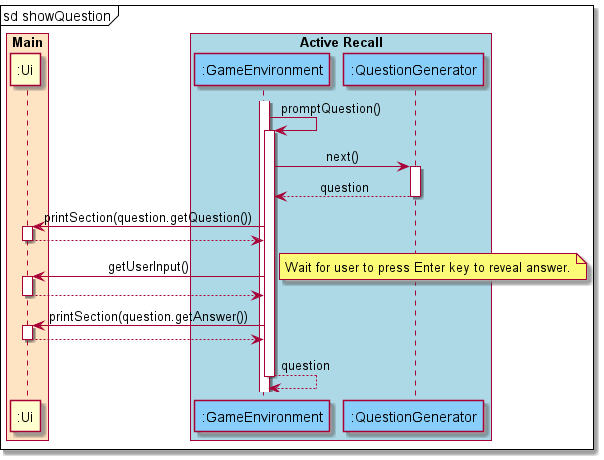
Above: docs/attachments/ActiveRecallShowQuestionSequence.png in nus-cs2113-AY2122S1/tp (PlantUML), before the change.
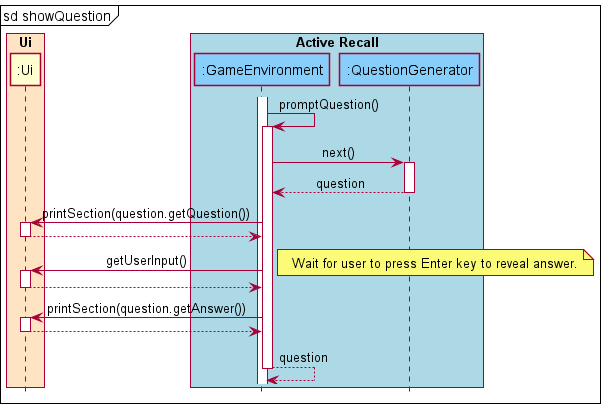
Later version of the same file.

The edit, as a diff of the source:
```diff
@@ -1,11 +1,11 @@
 @startuml
-skinparam sequenceMessageAlign center
+!include ../SequenceStyle.puml
 
 mainframe sd showQuestion
 
 box "Commands" #thistle
 endbox
-box "Main" #bisque
+box "Ui" #bisque
 participant ":Ui" as Ui
 endbox
 box "Active Recall" #lightblue
```
